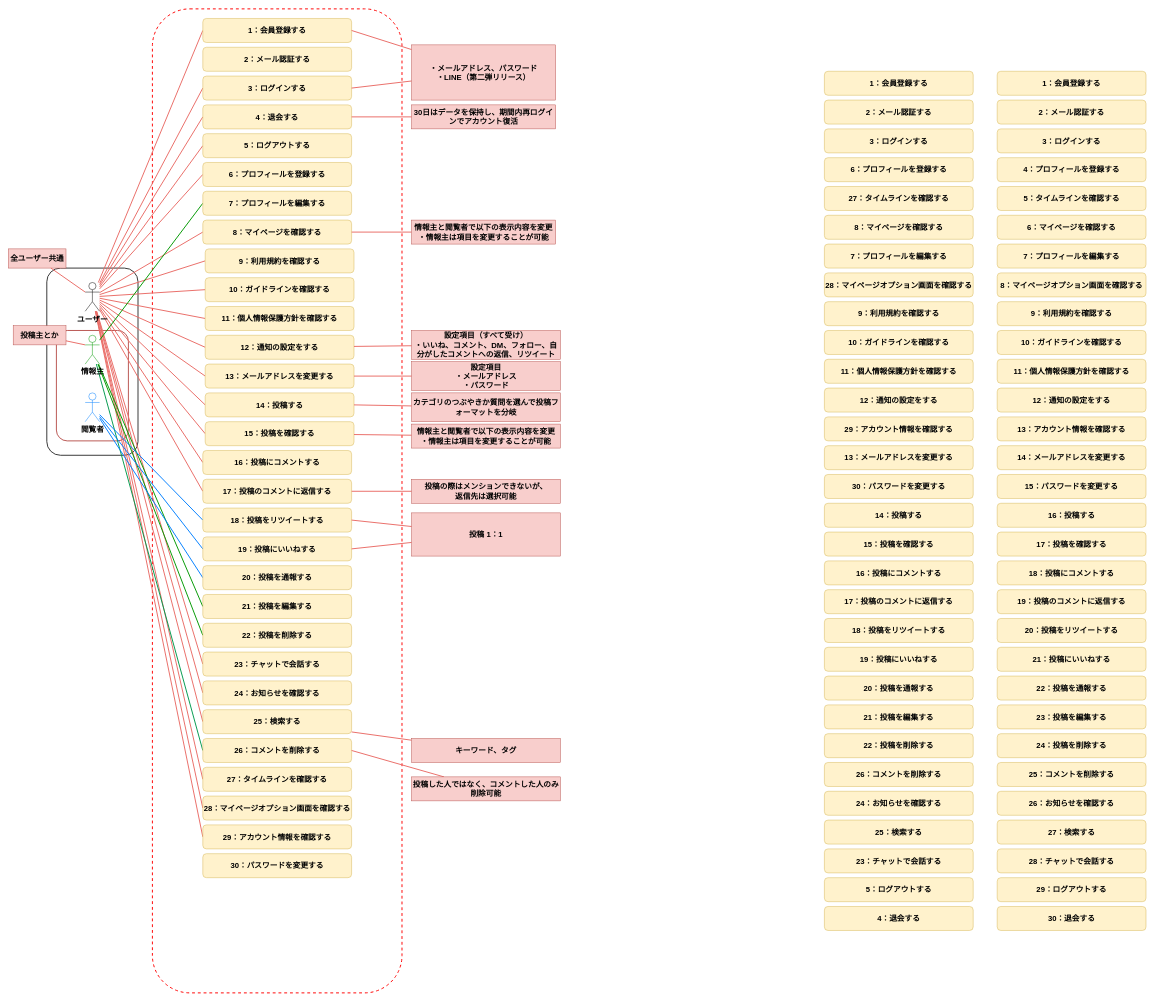
Before: page "ユースケース図" (1 of 2) of modeling.drawio in haseryo0403/VenTal, a draw.io diagram. Source tidied: cells renumbered, new cells numbered last; positions are measured from the earlier drawing's top-left corner, leaving out a move shared by most shapes. Both pictures are drawn from the tidied source at 48%, with x=0, y=0 at pixel (8, 9).
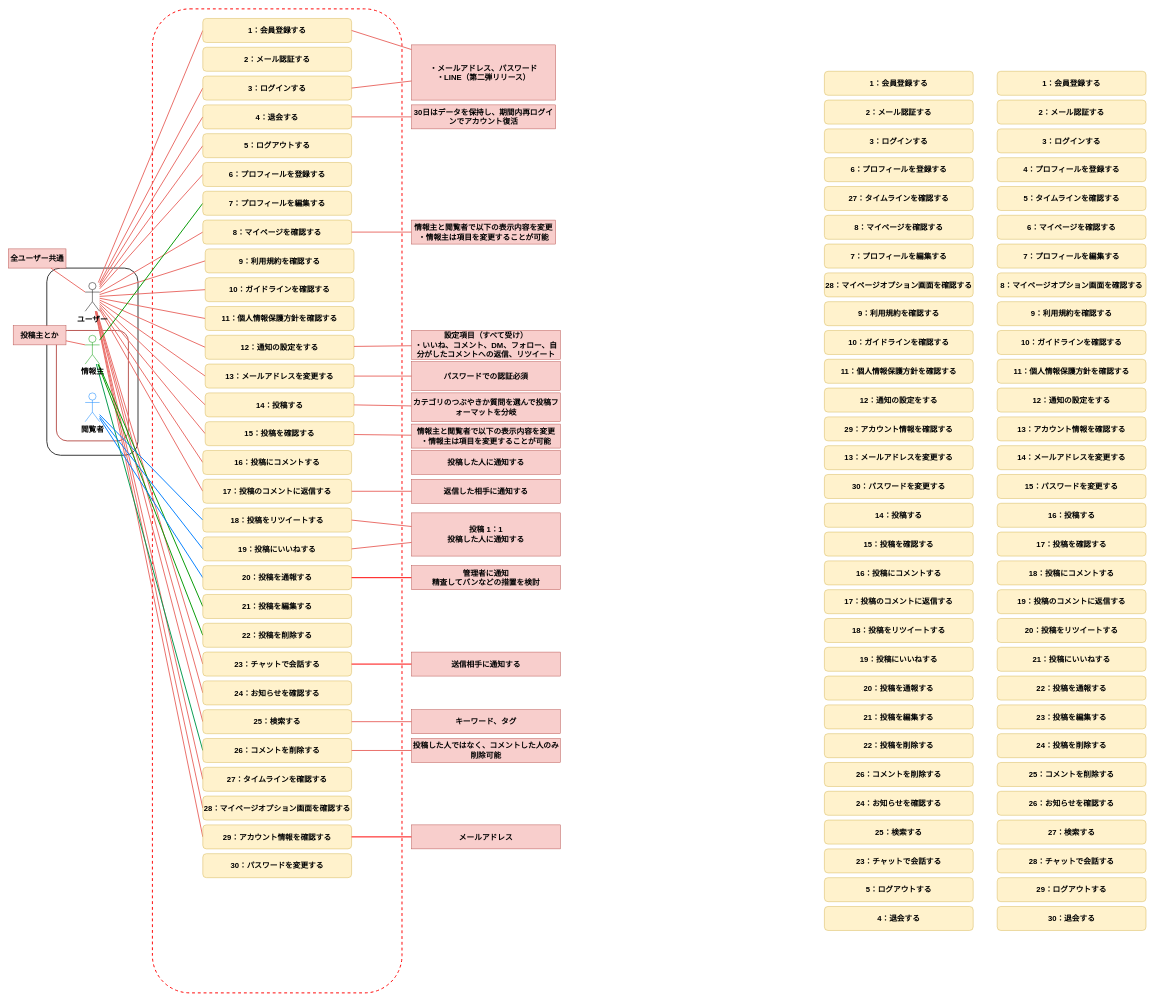
Above is the later version.

Commit message:
ユースケース図に通知する項目を追記

The change refers to these unchanged cells:
```xml
<mxCell id="56" value="23：チャットで会話する" style="rounded=1;whiteSpace=wrap;html=1;strokeColor=#d6b656;align=center;verticalAlign=middle;fontFamily=Helvetica;fontSize=16;fontStyle=1;fillColor=#fff2cc;" parent="1" vertex="1">
  <mxGeometry x="405" y="1340" width="310" height="50" as="geometry" />
</mxCell>
<mxCell id="86" value="20：投稿を通報する" style="rounded=1;whiteSpace=wrap;html=1;strokeColor=#d6b656;align=center;verticalAlign=middle;fontFamily=Helvetica;fontSize=16;fontStyle=1;fillColor=#fff2cc;" parent="1" vertex="1">
  <mxGeometry x="405" y="1160" width="310" height="50" as="geometry" />
</mxCell>
<mxCell id="93" value="29&lt;span style=&quot;background-color: initial;&quot;&gt;：アカウント情報を確認する&lt;/span&gt;" style="rounded=1;whiteSpace=wrap;html=1;strokeColor=#d6b656;align=center;verticalAlign=middle;fontFamily=Helvetica;fontSize=16;fontStyle=1;fillColor=#fff2cc;" parent="1" vertex="1">
  <mxGeometry x="405" y="1700" width="310" height="50" as="geometry" />
</mxCell>
```

What changed in the source:
```diff
@@
-    <mxCell id="73" value="設定項目&lt;div&gt;・メールアドレス&lt;/div&gt;&lt;div&gt;・パスワード&lt;/div&gt;" style="rounded=0;whiteSpace=wrap;html=1;strokeColor=#b85450;align=center;verticalAlign=middle;fontFamily=Helvetica;fontSize=16;fontColor=default;fontStyle=1;labelBackgroundColor=none;fillColor=#f8cecc;" parent="1" vertex="1">
+    <mxCell id="73" value="パスワードでの認証必須" style="rounded=0;whiteSpace=wrap;html=1;strokeColor=#b85450;align=center;verticalAlign=middle;fontFamily=Helvetica;fontSize=16;fontColor=default;fontStyle=1;labelBackgroundColor=none;fillColor=#f8cecc;" parent="1" vertex="1">
       <mxGeometry x="840" y="735" width="310" height="60" as="geometry" />
     </mxCell>
@@
-    <mxCell id="79" value="投稿の際はメンションできないが、&lt;div&gt;返信先は選択可能&lt;/div&gt;" style="rounded=0;whiteSpace=wrap;html=1;strokeColor=#b85450;align=center;verticalAlign=middle;fontFamily=Helvetica;fontSize=16;fontColor=default;fontStyle=1;labelBackgroundColor=none;fillColor=#f8cecc;" parent="1" vertex="1">
+    <mxCell id="79" value="返信した相手に通知する" style="rounded=0;whiteSpace=wrap;html=1;strokeColor=#b85450;align=center;verticalAlign=middle;fontFamily=Helvetica;fontSize=16;fontColor=default;fontStyle=1;labelBackgroundColor=none;fillColor=#f8cecc;" parent="1" vertex="1">
       <mxGeometry x="840" y="980" width="310" height="50" as="geometry" />
     </mxCell>
@@
     <mxCell id="81" value="キーワード、タグ" style="rounded=0;whiteSpace=wrap;html=1;strokeColor=#b85450;align=center;verticalAlign=middle;fontFamily=Helvetica;fontSize=16;fontColor=default;fontStyle=1;labelBackgroundColor=none;fillColor=#f8cecc;" parent="1" vertex="1">
-      <mxGeometry x="840" y="1520" width="310" height="50" as="geometry" />
+      <mxGeometry x="840" y="1460" width="310" height="50" as="geometry" />
     </mxCell>
@@
-    <mxCell id="85" value="投稿 1：1" style="rounded=0;whiteSpace=wrap;html=1;strokeColor=#b85450;align=center;verticalAlign=middle;fontFamily=Helvetica;fontSize=16;fontColor=default;fontStyle=1;labelBackgroundColor=none;fillColor=#f8cecc;" parent="1" vertex="1">
+    <mxCell id="85" value="投稿 1：1&lt;div&gt;投稿した人に通知する&lt;/div&gt;" style="rounded=0;whiteSpace=wrap;html=1;strokeColor=#b85450;align=center;verticalAlign=middle;fontFamily=Helvetica;fontSize=16;fontColor=default;fontStyle=1;labelBackgroundColor=none;fillColor=#f8cecc;" parent="1" vertex="1">
       <mxGeometry x="840" y="1050" width="310" height="90" as="geometry" />
     </mxCell>
@@
     <mxCell id="90" value="投稿した人ではなく、コメントした人のみ削除可能" style="rounded=0;whiteSpace=wrap;html=1;strokeColor=#b85450;align=center;verticalAlign=middle;fontFamily=Helvetica;fontSize=16;fontColor=default;fontStyle=1;labelBackgroundColor=none;fillColor=#f8cecc;" parent="1" vertex="1">
-      <mxGeometry x="840" y="1600" width="310" height="50" as="geometry" />
+      <mxGeometry x="840" y="1520" width="310" height="50" as="geometry" />
     </mxCell>
@@
+    <mxCell id="155" style="edgeStyle=orthogonalEdgeStyle;shape=connector;rounded=0;jettySize=auto;html=1;entryX=1;entryY=0.5;entryDx=0;entryDy=0;strokeColor=#FF0000;align=center;verticalAlign=middle;fontFamily=Helvetica;fontSize=12;fontColor=default;fontStyle=1;labelBackgroundColor=none;endArrow=none;strokeWidth=2;endFill=0;" parent="1" edge="1" source="156" target="93">
+      <mxGeometry relative="1" as="geometry" />
+    </mxCell>
+    <mxCell id="156" value="メールアドレス" style="rounded=0;whiteSpace=wrap;html=1;strokeColor=#b85450;align=center;verticalAlign=middle;fontFamily=Helvetica;fontSize=16;fontColor=default;fontStyle=1;labelBackgroundColor=none;fillColor=#f8cecc;" parent="1" vertex="1">
+      <mxGeometry x="840" y="1700" width="310" height="50" as="geometry" />
+    </mxCell>
+    <mxCell id="157" value="投稿した人に通知する" style="rounded=0;whiteSpace=wrap;html=1;strokeColor=#b85450;align=center;verticalAlign=middle;fontFamily=Helvetica;fontSize=16;fontColor=default;fontStyle=1;labelBackgroundColor=none;fillColor=#f8cecc;" parent="1" vertex="1">
+      <mxGeometry x="840" y="920" width="310" height="50" as="geometry" />
+    </mxCell>
+    <mxCell id="158" style="edgeStyle=orthogonalEdgeStyle;shape=connector;rounded=0;jettySize=auto;html=1;entryX=1;entryY=0.5;entryDx=0;entryDy=0;strokeColor=#FF0000;align=center;verticalAlign=middle;fontFamily=Helvetica;fontSize=12;fontColor=default;fontStyle=1;labelBackgroundColor=none;endArrow=none;strokeWidth=2;endFill=0;" parent="1" edge="1" source="159" target="86">
+      <mxGeometry relative="1" as="geometry" />
+    </mxCell>
+    <mxCell id="159" value="管理者に通知&lt;div&gt;精査してバンなどの措置を検討&lt;/div&gt;" style="rounded=0;whiteSpace=wrap;html=1;strokeColor=#b85450;align=center;verticalAlign=middle;fontFamily=Helvetica;fontSize=16;fontColor=default;fontStyle=1;labelBackgroundColor=none;fillColor=#f8cecc;" parent="1" vertex="1">
+      <mxGeometry x="840" y="1160" width="310" height="50" as="geometry" />
+    </mxCell>
+    <mxCell id="160" style="edgeStyle=orthogonalEdgeStyle;shape=connector;rounded=0;jettySize=auto;html=1;entryX=1;entryY=0.5;entryDx=0;entryDy=0;strokeColor=#FF0000;align=center;verticalAlign=middle;fontFamily=Helvetica;fontSize=12;fontColor=default;fontStyle=1;labelBackgroundColor=none;endArrow=none;strokeWidth=2;endFill=0;" parent="1" edge="1" source="161" target="56">
+      <mxGeometry relative="1" as="geometry" />
+    </mxCell>
+    <mxCell id="161" value="送信相手に通知する" style="rounded=0;whiteSpace=wrap;html=1;strokeColor=#b85450;align=center;verticalAlign=middle;fontFamily=Helvetica;fontSize=16;fontColor=default;fontStyle=1;labelBackgroundColor=none;fillColor=#f8cecc;" parent="1" vertex="1">
+      <mxGeometry x="840" y="1340" width="310" height="50" as="geometry" />
+    </mxCell>
```
